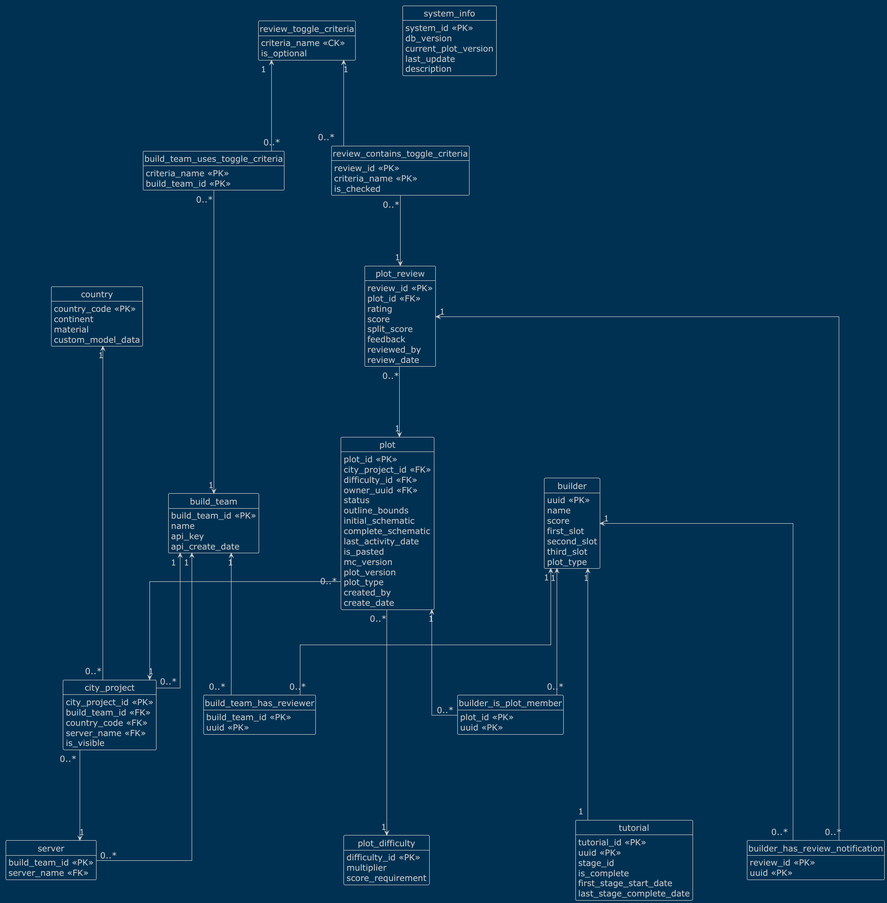
This is logical-db.png from AlpsBTE/Plot-System-DB, a PlantUML export, as it was before one commit.
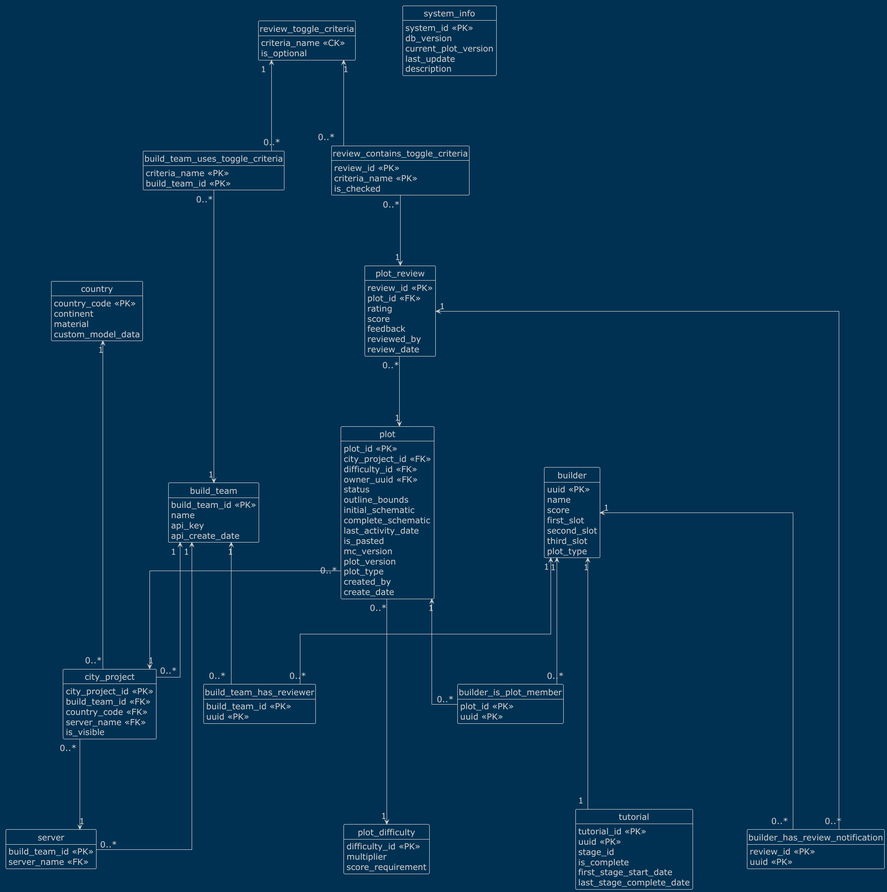
Later version of the same file.

Commit message:
remove split_score column in plot_review table

Change to the diagram source:
```diff
@@ -92,7 +92,6 @@
     plot_id <<FK>>
     rating
     score
-    split_score
     feedback
     reviewed_by
     review_date
```
